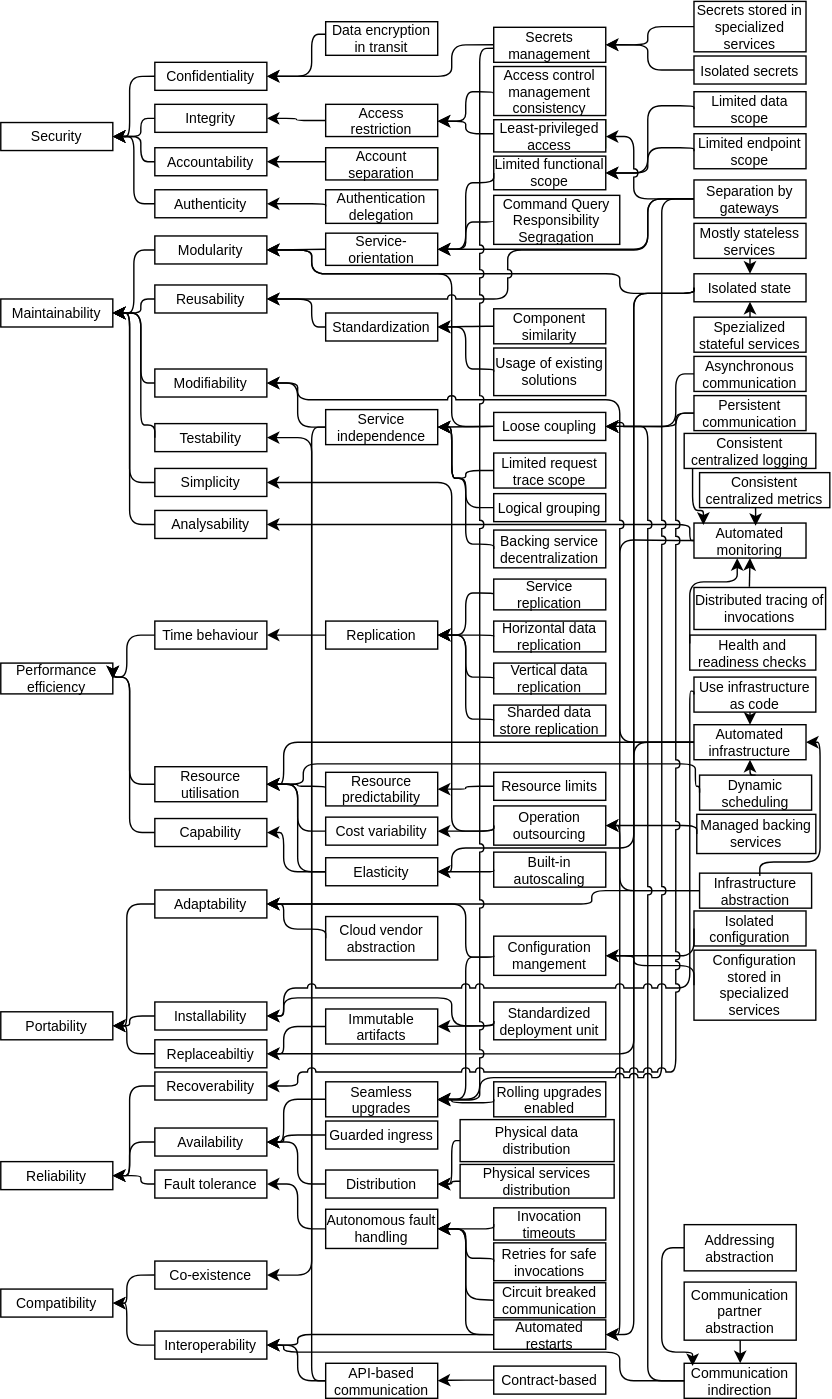
Before: E4_final_quality_model.svg, a diagram exported from draw.io (r0light/cna-quality-model). Source tidied: cells renumbered, new cells last; positions are measured from the earlier drawing's top-left corner, leaving out a move shared by most shapes.
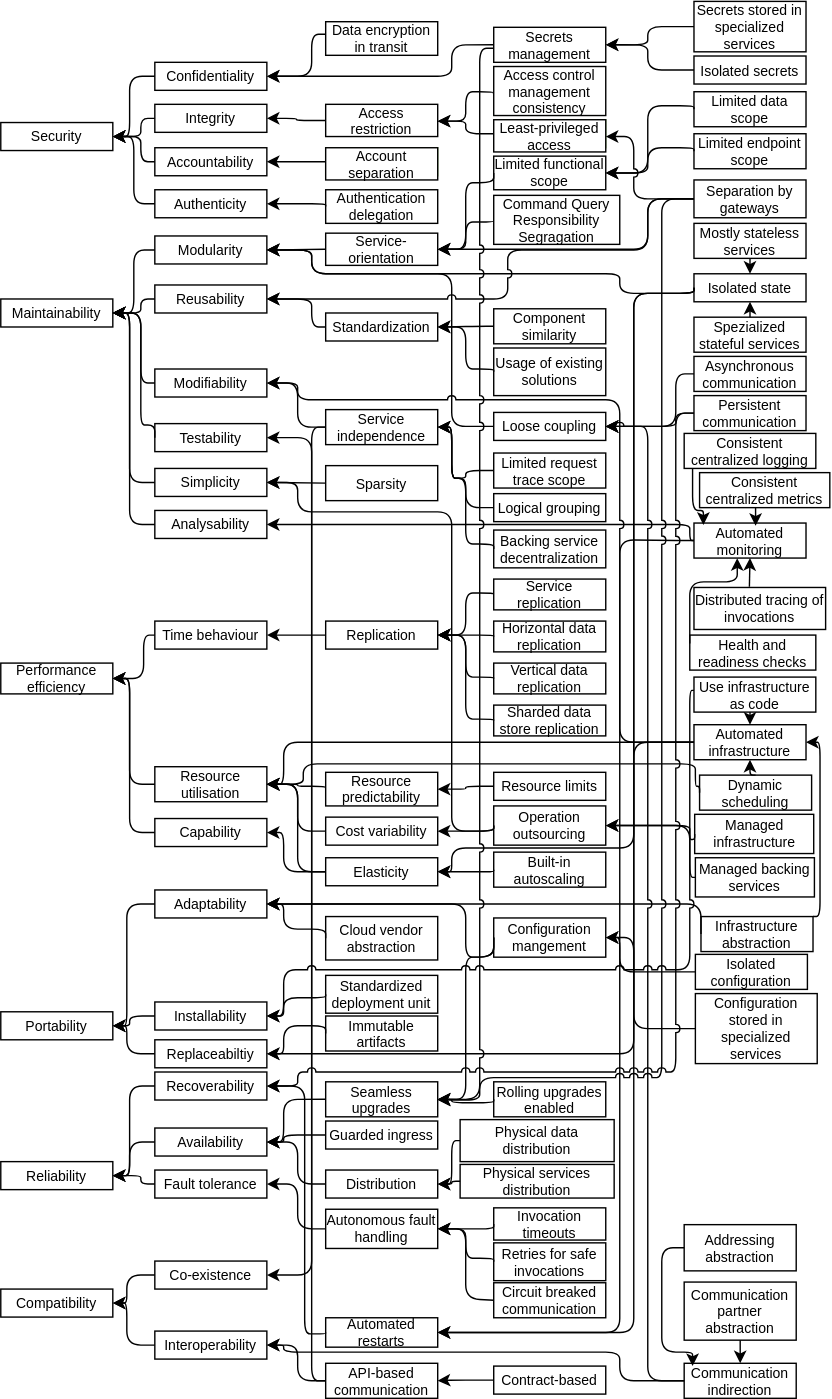
The same diagram one commit later.

The edit, as a diff of the source:
```diff
@@ -99,16 +99,16 @@
       <mxGeometry x="232" y="611" width="80" height="20" as="geometry" />
     </mxCell>
     <mxCell id="34" value="Infrastructure abstraction" style="rounded=0;whiteSpace=wrap;html=1;fontSize=10;" parent="1" vertex="1">
-      <mxGeometry x="499" y="622" width="80" height="25" as="geometry" />
+      <mxGeometry x="500" y="653" width="80" height="25" as="geometry" />
     </mxCell>
     <mxCell id="35" value="Cloud vendor abstraction" style="rounded=0;whiteSpace=wrap;html=1;fontSize=10;" parent="1" vertex="1">
       <mxGeometry x="232" y="653" width="80" height="31" as="geometry" />
     </mxCell>
     <mxCell id="36" value="Standardized deployment unit" style="rounded=0;whiteSpace=wrap;html=1;fontSize=10;" parent="1" vertex="1">
-      <mxGeometry x="352" y="714" width="80" height="27" as="geometry" />
+      <mxGeometry x="232" y="695" width="80" height="27" as="geometry" />
     </mxCell>
     <mxCell id="37" value="Immutable artifacts" style="rounded=0;whiteSpace=wrap;html=1;fontSize=10;" parent="1" vertex="1">
-      <mxGeometry x="232" y="719" width="80" height="25" as="geometry" />
+      <mxGeometry x="232" y="724" width="80" height="25" as="geometry" />
     </mxCell>
     <mxCell id="38" value="Distribution" style="rounded=0;whiteSpace=wrap;html=1;fontSize=10;" parent="1" vertex="1">
       <mxGeometry x="232" y="834" width="80" height="20" as="geometry" />
@@ -120,7 +120,7 @@
       <mxGeometry x="232" y="862" width="80" height="28" as="geometry" />
     </mxCell>
     <mxCell id="41" value="Automated restarts" style="rounded=0;whiteSpace=wrap;html=1;fontSize=10;" parent="1" vertex="1">
-      <mxGeometry x="352" y="941" width="80" height="21" as="geometry" />
+      <mxGeometry x="232" y="939.5" width="80" height="21" as="geometry" />
     </mxCell>
     <mxCell id="42" value="API-based communication" style="rounded=0;whiteSpace=wrap;html=1;fontSize=10;" parent="1" vertex="1">
       <mxGeometry x="232" y="972" width="80" height="25" as="geometry" />
@@ -270,8 +270,7 @@
     <mxCell id="61" style="endArrow=classic;html=1;fontSize=10;edgeStyle=orthogonalEdgeStyle;entryX=1;entryY=0.5;entryDx=0;entryDy=0;exitX=0;exitY=0.5;exitDx=0;exitDy=0;" parent="1" edge="1" source="34" target="15">
       <mxGeometry relative="1" as="geometry">
         <Array as="points">
-          <mxPoint x="422" y="634" />
-          <mxPoint x="422" y="644" />
+          <mxPoint x="500" y="644" />
         </Array>
       </mxGeometry>
     </mxCell>
@@ -286,8 +285,7 @@
     <mxCell id="63" style="endArrow=classic;html=1;fontSize=10;edgeStyle=orthogonalEdgeStyle;entryX=1;entryY=0.5;entryDx=0;entryDy=0;exitX=0;exitY=0.5;exitDx=0;exitDy=0;" parent="1" edge="1" source="36" target="17">
       <mxGeometry relative="1" as="geometry">
         <Array as="points">
-          <mxPoint x="322" y="731" />
-          <mxPoint x="322" y="711" />
+          <mxPoint x="232" y="711" />
           <mxPoint x="202" y="711" />
           <mxPoint x="202" y="724" />
         </Array>
@@ -296,8 +294,8 @@
     <mxCell id="64" style="endArrow=classic;html=1;fontSize=10;edgeStyle=orthogonalEdgeStyle;entryX=1;entryY=0.5;entryDx=0;entryDy=0;exitX=0;exitY=0.5;exitDx=0;exitDy=0;" parent="1" edge="1" source="8" target="4">
       <mxGeometry relative="1" as="geometry">
         <Array as="points">
-          <mxPoint x="90" y="452" />
-          <mxPoint x="90" y="482" />
+          <mxPoint x="102" y="452" />
+          <mxPoint x="102" y="483" />
         </Array>
       </mxGeometry>
     </mxCell>
@@ -305,7 +303,7 @@
       <mxGeometry relative="1" as="geometry">
         <Array as="points">
           <mxPoint x="92" y="559" />
-          <mxPoint x="92" y="482" />
+          <mxPoint x="92" y="483" />
         </Array>
       </mxGeometry>
     </mxCell>
@@ -313,7 +311,7 @@
       <mxGeometry relative="1" as="geometry">
         <Array as="points">
           <mxPoint x="92" y="593" />
-          <mxPoint x="92" y="482" />
+          <mxPoint x="92" y="483" />
         </Array>
       </mxGeometry>
     </mxCell>
@@ -416,11 +414,12 @@
         </Array>
       </mxGeometry>
     </mxCell>
-    <mxCell id="79" style="endArrow=classic;html=1;fontSize=10;edgeStyle=orthogonalEdgeStyle;exitX=0;exitY=0.5;exitDx=0;exitDy=0;entryX=1;entryY=0.5;entryDx=0;entryDy=0;" parent="1" edge="1" source="41" target="22">
+    <mxCell id="79" style="endArrow=classic;html=1;fontSize=10;edgeStyle=orthogonalEdgeStyle;exitX=0;exitY=0.5;exitDx=0;exitDy=0;entryX=1;entryY=0.5;entryDx=0;entryDy=0;" parent="1" edge="1" source="41" target="19">
       <mxGeometry relative="1" as="geometry">
         <Array as="points">
-          <mxPoint x="212" y="951" />
-          <mxPoint x="212" y="959" />
+          <mxPoint x="232" y="951" />
+          <mxPoint x="217" y="951" />
+          <mxPoint x="217" y="774" />
         </Array>
       </mxGeometry>
     </mxCell>
@@ -524,14 +523,6 @@
     <mxCell id="96" style="endArrow=classic;html=1;fontSize=10;exitX=0;exitY=0.5;exitDx=0;exitDy=0;edgeStyle=orthogonalEdgeStyle;entryX=1;entryY=0.5;entryDx=0;entryDy=0;" parent="1" edge="1" source="95" target="88">
       <mxGeometry relative="1" as="geometry" />
     </mxCell>
-    <mxCell id="97" style="endArrow=classic;html=1;fontSize=10;entryX=1;entryY=0.5;entryDx=0;entryDy=0;exitX=0;exitY=0.5;exitDx=0;exitDy=0;edgeStyle=orthogonalEdgeStyle;" parent="1" edge="1" source="25" target="30">
-      <mxGeometry relative="1" as="geometry">
-        <Array as="points">
-          <mxPoint x="342" y="303" />
-          <mxPoint x="342" y="303" />
-        </Array>
-      </mxGeometry>
-    </mxCell>
     <mxCell id="98" style="endArrow=classic;html=1;fontSize=10;entryX=1;entryY=0.5;entryDx=0;entryDy=0;exitX=0;exitY=0.5;exitDx=0;exitDy=0;edgeStyle=orthogonalEdgeStyle;" parent="1" edge="1" source="27" target="23">
       <mxGeometry relative="1" as="geometry">
         <Array as="points">
@@ -540,12 +531,10 @@
         </Array>
       </mxGeometry>
     </mxCell>
-    <mxCell id="99" style="endArrow=classic;html=1;fontSize=10;edgeStyle=orthogonalEdgeStyle;entryX=1;entryY=0.5;entryDx=0;entryDy=0;exitX=0.5;exitY=0;exitDx=0;exitDy=0;" parent="1" edge="1" target="29">
+    <mxCell id="99" style="endArrow=classic;html=1;fontSize=10;edgeStyle=orthogonalEdgeStyle;entryX=1;entryY=0.5;entryDx=0;entryDy=0;exitX=1;exitY=0;exitDx=0;exitDy=0;" parent="1" edge="1" source="34" target="29">
       <mxGeometry relative="1" as="geometry">
-        <mxPoint x="542" y="624" as="sourcePoint" />
         <Array as="points">
-          <mxPoint x="542" y="614" />
-          <mxPoint x="585" y="614" />
+          <mxPoint x="585" y="653" />
           <mxPoint x="585" y="529" />
         </Array>
       </mxGeometry>
@@ -554,7 +543,7 @@
       <mxGeometry relative="1" as="geometry">
         <Array as="points">
           <mxPoint x="452" y="529" />
-          <mxPoint x="452" y="951" />
+          <mxPoint x="452" y="950" />
         </Array>
       </mxGeometry>
     </mxCell>
@@ -566,14 +555,6 @@
         </Array>
       </mxGeometry>
     </mxCell>
-    <mxCell id="102" style="endArrow=classic;html=1;fontSize=10;edgeStyle=orthogonalEdgeStyle;exitX=0;exitY=0.5;exitDx=0;exitDy=0;entryX=1;entryY=0.5;entryDx=0;entryDy=0;" parent="1" edge="1" source="41" target="40">
-      <mxGeometry relative="1" as="geometry">
-        <Array as="points">
-          <mxPoint x="332" y="951" />
-          <mxPoint x="332" y="876" />
-        </Array>
-      </mxGeometry>
-    </mxCell>
     <mxCell id="103" style="endArrow=classic;html=1;fontSize=10;exitX=0;exitY=0.5;exitDx=0;exitDy=0;edgeStyle=orthogonalEdgeStyle;entryX=1;entryY=0.5;entryDx=0;entryDy=0;" parent="1" edge="1" source="28" target="41">
       <mxGeometry relative="1" as="geometry">
         <Array as="points">
@@ -584,7 +565,7 @@
       </mxGeometry>
     </mxCell>
     <mxCell id="104" value="Configuration mangement" style="rounded=0;whiteSpace=wrap;html=1;fontSize=10;" parent="1" vertex="1">
-      <mxGeometry x="352" y="667" width="80" height="28" as="geometry" />
+      <mxGeometry x="352" y="654" width="80" height="28" as="geometry" />
     </mxCell>
     <mxCell id="105" style="endArrow=classic;html=1;fontSize=10;edgeStyle=orthogonalEdgeStyle;entryX=1;entryY=0.5;entryDx=0;entryDy=0;exitX=0;exitY=0.5;exitDx=0;exitDy=0;" parent="1" edge="1" source="104" target="15">
       <mxGeometry relative="1" as="geometry">
@@ -639,8 +620,11 @@
     <mxCell id="112" style="endArrow=classic;html=1;fontSize=10;exitX=0;exitY=0.5;exitDx=0;exitDy=0;edgeStyle=orthogonalEdgeStyle;entryX=1;entryY=0.5;entryDx=0;entryDy=0;" parent="1" edge="1" source="111" target="109">
       <mxGeometry relative="1" as="geometry">
         <Array as="points">
+          <mxPoint x="352" y="592" />
           <mxPoint x="322" y="592" />
-          <mxPoint x="322" y="343" />
+          <mxPoint x="322" y="364" />
+          <mxPoint x="212" y="364" />
+          <mxPoint x="212" y="343" />
         </Array>
       </mxGeometry>
     </mxCell>
@@ -655,22 +639,6 @@
     <mxCell id="114" value="Resource predictability" style="rounded=0;whiteSpace=wrap;html=1;fontSize=10;" parent="1" vertex="1">
       <mxGeometry x="232" y="550" width="80" height="24" as="geometry" />
     </mxCell>
-    <mxCell id="115" style="endArrow=classic;html=1;fontSize=10;edgeStyle=orthogonalEdgeStyle;entryX=1;entryY=0.5;entryDx=0;entryDy=0;exitX=0;exitY=0.5;exitDx=0;exitDy=0;" parent="1" edge="1" source="34" target="111">
-      <mxGeometry relative="1" as="geometry">
-        <Array as="points">
-          <mxPoint x="442" y="634" />
-          <mxPoint x="442" y="588" />
-        </Array>
-      </mxGeometry>
-    </mxCell>
-    <mxCell id="116" style="endArrow=classic;html=1;fontSize=10;edgeStyle=orthogonalEdgeStyle;entryX=1;entryY=0.5;entryDx=0;entryDy=0;exitX=0;exitY=0.5;exitDx=0;exitDy=0;" parent="1" edge="1" source="36" target="37">
-      <mxGeometry relative="1" as="geometry">
-        <Array as="points">
-          <mxPoint x="342" y="731" />
-          <mxPoint x="342" y="731" />
-        </Array>
-      </mxGeometry>
-    </mxCell>
     <mxCell id="117" style="endArrow=classic;html=1;fontSize=10;exitX=0;exitY=0.5;exitDx=0;exitDy=0;edgeStyle=orthogonalEdgeStyle;entryX=1;entryY=0.5;entryDx=0;entryDy=0;" parent="1" edge="1" source="111" target="32">
       <mxGeometry relative="1" as="geometry">
         <Array as="points">
@@ -879,12 +847,13 @@
         </Array>
       </mxGeometry>
     </mxCell>
-    <mxCell id="153" style="endArrow=classic;html=1;fontSize=10;edgeStyle=orthogonalEdgeStyle;exitX=0;exitY=0.5;exitDx=0;exitDy=0;entryX=1;entryY=0.5;entryDx=0;entryDy=0;jumpStyle=arc;" parent="1" edge="1" source="150" target="17">
+    <mxCell id="153" style="endArrow=classic;html=1;fontSize=10;edgeStyle=orthogonalEdgeStyle;exitX=0;exitY=0.5;exitDx=0;exitDy=0;entryX=1;entryY=0.5;entryDx=0;entryDy=0;jumpStyle=arc;" parent="1" edge="1" target="17">
       <mxGeometry relative="1" as="geometry">
+        <mxPoint x="495" y="491.5" as="sourcePoint" />
         <Array as="points">
           <mxPoint x="492" y="492" />
-          <mxPoint x="492" y="704" />
-          <mxPoint x="202" y="704" />
+          <mxPoint x="492" y="691" />
+          <mxPoint x="202" y="691" />
           <mxPoint x="202" y="724" />
         </Array>
       </mxGeometry>
@@ -933,13 +902,13 @@
       </mxGeometry>
     </mxCell>
     <mxCell id="160" value="Managed backing services" style="rounded=0;whiteSpace=wrap;html=1;fontSize=10;" parent="1" vertex="1">
-      <mxGeometry x="497" y="580" width="85" height="28" as="geometry" />
+      <mxGeometry x="496" y="611" width="85" height="28" as="geometry" />
     </mxCell>
     <mxCell id="161" style="endArrow=classic;html=1;fontSize=10;edgeStyle=orthogonalEdgeStyle;entryX=1;entryY=0.5;entryDx=0;entryDy=0;exitX=0;exitY=0.5;exitDx=0;exitDy=0;" parent="1" edge="1" source="160" target="111">
       <mxGeometry relative="1" as="geometry">
         <Array as="points">
-          <mxPoint x="462" y="588" />
-          <mxPoint x="462" y="588" />
+          <mxPoint x="492" y="625" />
+          <mxPoint x="492" y="588" />
         </Array>
       </mxGeometry>
     </mxCell>
@@ -987,24 +956,24 @@
       </mxGeometry>
     </mxCell>
     <mxCell id="170" value="Isolated configuration" style="rounded=0;whiteSpace=wrap;html=1;fontSize=10;" parent="1" vertex="1">
-      <mxGeometry x="495" y="649" width="80" height="25" as="geometry" />
+      <mxGeometry x="496" y="680" width="80" height="25" as="geometry" />
     </mxCell>
     <mxCell id="171" style="endArrow=classic;html=1;fontSize=10;edgeStyle=orthogonalEdgeStyle;entryX=1;entryY=0.5;entryDx=0;entryDy=0;exitX=0;exitY=0.5;exitDx=0;exitDy=0;" parent="1" edge="1" source="170" target="104">
       <mxGeometry relative="1" as="geometry">
         <Array as="points">
-          <mxPoint x="495" y="681" />
+          <mxPoint x="442" y="693" />
+          <mxPoint x="442" y="668" />
         </Array>
       </mxGeometry>
     </mxCell>
     <mxCell id="172" value="Configuration stored in specialized services" style="rounded=0;whiteSpace=wrap;html=1;fontSize=10;" parent="1" vertex="1">
-      <mxGeometry x="495" y="677" width="87" height="50" as="geometry" />
+      <mxGeometry x="496" y="708" width="87" height="50" as="geometry" />
     </mxCell>
     <mxCell id="173" style="endArrow=classic;html=1;fontSize=10;edgeStyle=orthogonalEdgeStyle;entryX=1;entryY=0.5;entryDx=0;entryDy=0;exitX=0;exitY=0.5;exitDx=0;exitDy=0;" parent="1" edge="1" source="172" target="104">
       <mxGeometry relative="1" as="geometry">
         <Array as="points">
-          <mxPoint x="495" y="688" />
-          <mxPoint x="452" y="688" />
-          <mxPoint x="452" y="681" />
+          <mxPoint x="452" y="733" />
+          <mxPoint x="452" y="668" />
         </Array>
       </mxGeometry>
     </mxCell>
@@ -1233,5 +1202,27 @@
         </Array>
       </mxGeometry>
     </mxCell>
+    <mxCell id="217" value="Managed infrastructure" style="rounded=0;whiteSpace=wrap;html=1;fontSize=10;" parent="1" vertex="1">
+      <mxGeometry x="495.5" y="580" width="85" height="28" as="geometry" />
+    </mxCell>
+    <mxCell id="218" style="endArrow=classic;html=1;fontSize=10;edgeStyle=orthogonalEdgeStyle;entryX=1;entryY=0.5;entryDx=0;entryDy=0;exitX=0;exitY=0.5;exitDx=0;exitDy=0;" parent="1" edge="1" source="217" target="111">
+      <mxGeometry relative="1" as="geometry">
+        <Array as="points">
+          <mxPoint x="496" y="598" />
+          <mxPoint x="492" y="598" />
+          <mxPoint x="492" y="588" />
+        </Array>
+      </mxGeometry>
+    </mxCell>
+    <mxCell id="219" value="Sparsity" style="rounded=0;whiteSpace=wrap;html=1;fontSize=10;" parent="1" vertex="1">
+      <mxGeometry x="232" y="331" width="80" height="25" as="geometry" />
+    </mxCell>
+    <mxCell id="220" style="endArrow=classic;html=1;fontSize=10;edgeStyle=orthogonalEdgeStyle;entryX=1;entryY=0.5;entryDx=0;entryDy=0;exitX=0;exitY=0.5;exitDx=0;exitDy=0;" parent="1" edge="1" source="219" target="109">
+      <mxGeometry relative="1" as="geometry">
+        <Array as="points">
+          <mxPoint x="232" y="343" />
+        </Array>
+      </mxGeometry>
+    </mxCell>
   </root>
 </mxGraphModel>
```
